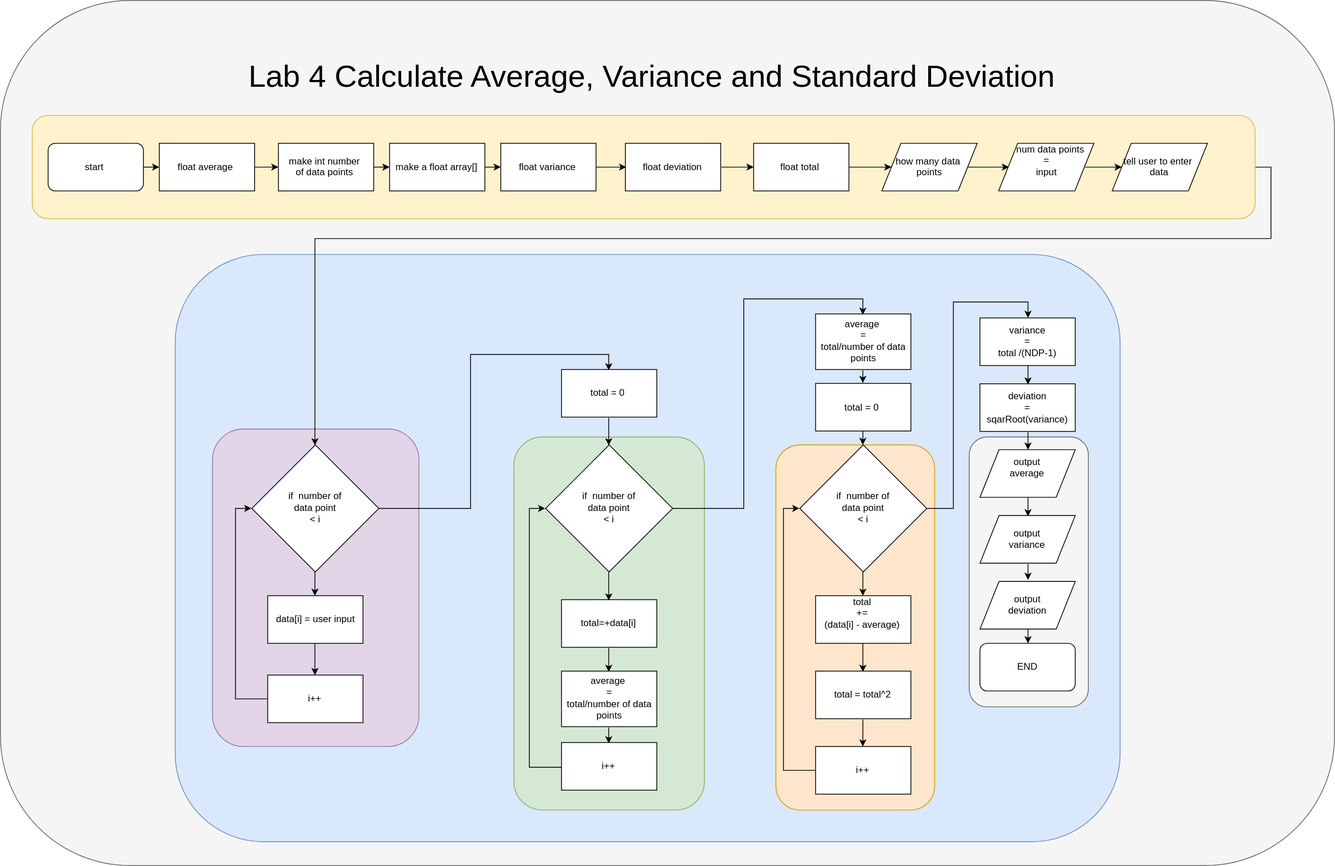
Earlier version of the draw.io export lab4 flow chart.svg (JavaMan7/APSC-177-Lab4-). Source tidied: cells renumbered, new cells last; positions are measured from the earlier drawing's top-left corner, leaving out a move shared by most shapes.
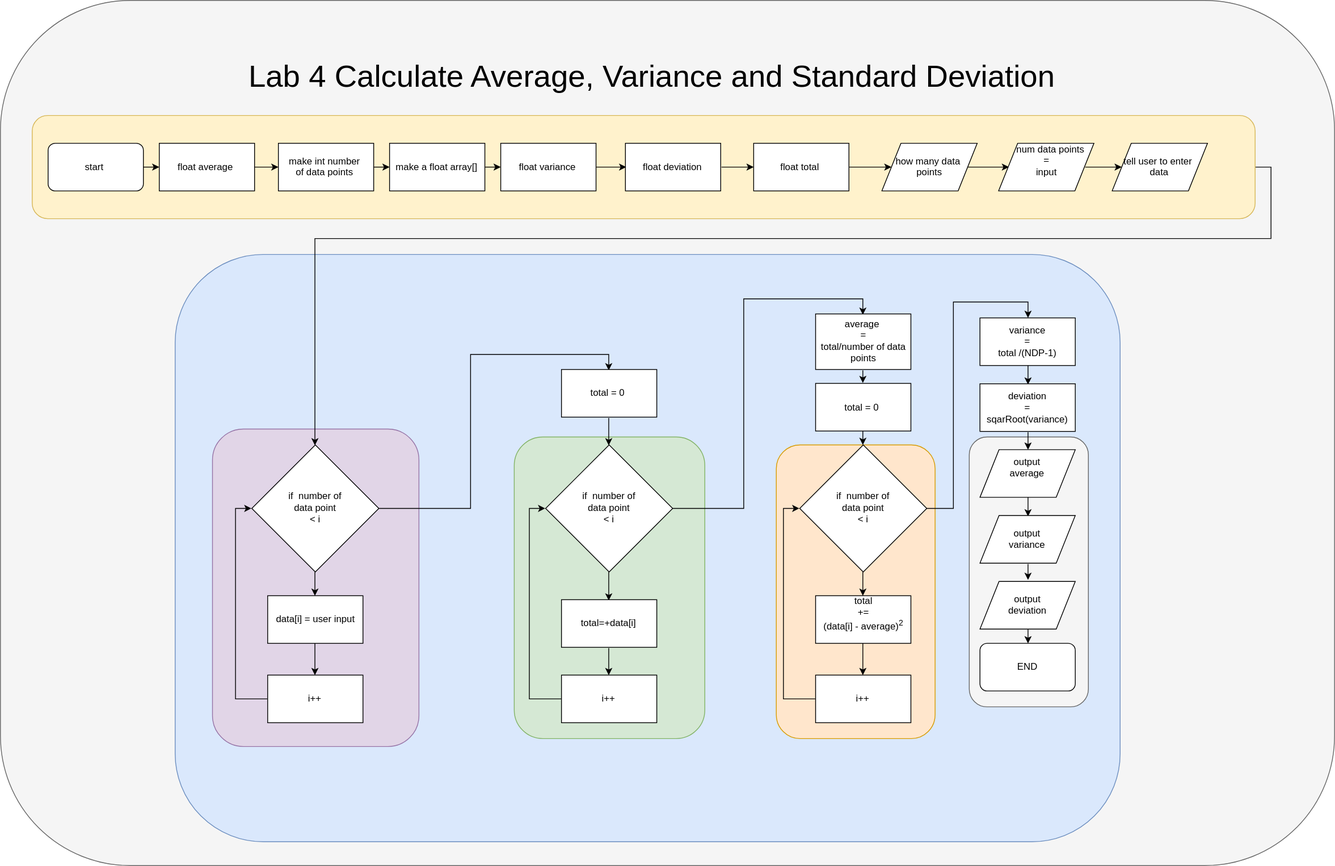
After the commit.

What changed in the source:
```diff
@@ -15,7 +15,7 @@
       <mxGeometry x="1220" y="550" width="150" height="340" as="geometry" />
     </mxCell>
     <mxCell id="6" style="rounded=1;whiteSpace=wrap;html=1;fillColor=#ffe6cc;strokeColor=#d79b00;" parent="1" vertex="1">
-      <mxGeometry x="976.5" y="560" width="200" height="460" as="geometry" />
+      <mxGeometry x="977" y="560" width="200" height="370" as="geometry" />
     </mxCell>
     <mxCell id="7" style="edgeStyle=orthogonalEdgeStyle;rounded=0;jettySize=auto;html=1;exitX=1;exitY=0.5;exitDx=0;exitDy=0;" parent="1" edge="1" source="8" target="15">
       <mxGeometry relative="1" as="geometry">
@@ -30,7 +30,7 @@
       <mxGeometry x="40" y="145" width="1540" height="130" as="geometry" />
     </mxCell>
     <mxCell id="9" style="rounded=1;whiteSpace=wrap;html=1;fillColor=#d5e8d4;strokeColor=#82b366;" parent="1" vertex="1">
-      <mxGeometry x="646.5" y="550" width="240" height="470" as="geometry" />
+      <mxGeometry x="647" y="550" width="240" height="380" as="geometry" />
     </mxCell>
     <mxCell id="10" style="edgeStyle=orthogonalEdgeStyle;rounded=0;jettySize=auto;html=1;exitX=1;exitY=0.5;exitDx=0;exitDy=0;entryX=0;entryY=0.5;entryDx=0;entryDy=0;" parent="1" edge="1" source="11" target="36">
       <mxGeometry relative="1" as="geometry" />
@@ -89,23 +89,17 @@
     <mxCell id="28" value="&lt;br&gt;if&amp;nbsp; number of &lt;br&gt;data point&lt;br&gt;&amp;nbsp;&amp;lt; i&amp;nbsp;&lt;br&gt;&lt;br&gt;" style="rhombus;whiteSpace=wrap;html=1;" parent="1" vertex="1">
       <mxGeometry x="686.5" y="560" width="160" height="160" as="geometry" />
     </mxCell>
-    <mxCell id="29" style="edgeStyle=orthogonalEdgeStyle;rounded=0;jettySize=auto;html=1;exitX=0.5;exitY=1;exitDx=0;exitDy=0;entryX=0.5;entryY=0;entryDx=0;entryDy=0;" parent="1" edge="1" source="30" target="32">
-      <mxGeometry relative="1" as="geometry" />
-    </mxCell>
+    <mxCell id="72" style="edgeStyle=orthogonalEdgeStyle;rounded=0;jettySize=auto;html=1;exitX=0.5;exitY=1;exitDx=0;exitDy=0;" parent="1" edge="1" source="30" target="34">
+      <mxGeometry relative="1" as="geometry" />
+    </mxCell>
     <mxCell id="30" value="total=+data[i]" style="rounded=0;whiteSpace=wrap;html=1;" parent="1" vertex="1">
       <mxGeometry x="706.5" y="755" width="120" height="60" as="geometry" />
     </mxCell>
-    <mxCell id="31" style="edgeStyle=orthogonalEdgeStyle;rounded=0;jettySize=auto;html=1;exitX=0.5;exitY=1;exitDx=0;exitDy=0;entryX=0.5;entryY=0;entryDx=0;entryDy=0;" parent="1" edge="1" source="32" target="34">
-      <mxGeometry relative="1" as="geometry" />
-    </mxCell>
-    <mxCell id="32" value="average&amp;nbsp;&lt;br&gt;=&lt;br&gt;total/number of data&lt;br&gt;points&lt;br&gt;" style="rounded=0;whiteSpace=wrap;html=1;" parent="1" vertex="1">
-      <mxGeometry x="706.5" y="845" width="120" height="70" as="geometry" />
-    </mxCell>
     <mxCell id="33" style="edgeStyle=orthogonalEdgeStyle;rounded=0;jettySize=auto;html=1;exitX=0;exitY=0.5;exitDx=0;exitDy=0;entryX=0;entryY=0.5;entryDx=0;entryDy=0;" parent="1" edge="1" source="34" target="28">
       <mxGeometry relative="1" as="geometry" />
     </mxCell>
     <mxCell id="34" value="i++" style="rounded=0;whiteSpace=wrap;html=1;" parent="1" vertex="1">
-      <mxGeometry x="706.5" y="935" width="120" height="60" as="geometry" />
+      <mxGeometry x="706.5" y="850" width="120" height="60" as="geometry" />
     </mxCell>
     <mxCell id="35" style="edgeStyle=orthogonalEdgeStyle;rounded=0;jettySize=auto;html=1;exitX=1;exitY=0.5;exitDx=0;exitDy=0;entryX=0;entryY=0.5;entryDx=0;entryDy=0;" parent="1" edge="1" source="36" target="21">
       <mxGeometry relative="1" as="geometry" />
@@ -122,10 +116,10 @@
     <mxCell id="39" value="&lt;br&gt;if&amp;nbsp; number of &lt;br&gt;data point&lt;br&gt;&amp;nbsp;&amp;lt; i&amp;nbsp;&lt;br&gt;&lt;br&gt;" style="rhombus;whiteSpace=wrap;html=1;" parent="1" vertex="1">
       <mxGeometry x="1006.5" y="560" width="160" height="160" as="geometry" />
     </mxCell>
-    <mxCell id="40" style="edgeStyle=orthogonalEdgeStyle;rounded=0;jettySize=auto;html=1;exitX=0.5;exitY=1;exitDx=0;exitDy=0;entryX=0.5;entryY=0;entryDx=0;entryDy=0;" parent="1" edge="1" source="41" target="49">
-      <mxGeometry relative="1" as="geometry" />
-    </mxCell>
+    <mxCell id="73" style="edgeStyle=orthogonalEdgeStyle;rounded=0;jettySize=auto;html=1;entryX=0.5;entryY=0;entryDx=0;entryDy=0;" parent="1" edge="1" source="41" target="61">
+      <mxGeometry relative="1" as="geometry" />
+    </mxCell>
-    <mxCell id="41" value="total&lt;br&gt;+=&lt;br&gt;(data[i] - average)&lt;br&gt;&lt;br&gt;" style="rounded=0;whiteSpace=wrap;html=1;" parent="1" vertex="1">
+    <mxCell id="41" value="total&lt;br&gt;+=&lt;br&gt;(data[i] - average)&lt;sup&gt;2&lt;/sup&gt;&lt;br&gt;&lt;br&gt;" style="rounded=0;whiteSpace=wrap;html=1;" parent="1" vertex="1">
       <mxGeometry x="1026.5" y="750" width="120" height="60" as="geometry" />
     </mxCell>
     <mxCell id="42" style="edgeStyle=orthogonalEdgeStyle;rounded=0;jettySize=auto;html=1;exitX=1;exitY=0.5;exitDx=0;exitDy=0;entryX=0;entryY=0.5;entryDx=0;entryDy=0;" parent="1" edge="1" source="43" target="12">
@@ -146,12 +140,6 @@
     <mxCell id="47" value="float&amp;nbsp;&lt;span&gt;deviation&lt;/span&gt;" style="rounded=0;whiteSpace=wrap;html=1;" parent="1" vertex="1">
       <mxGeometry x="787" y="180" width="120" height="60" as="geometry" />
     </mxCell>
-    <mxCell id="48" style="edgeStyle=orthogonalEdgeStyle;rounded=0;jettySize=auto;html=1;exitX=0.5;exitY=1;exitDx=0;exitDy=0;" parent="1" edge="1" source="49" target="61">
-      <mxGeometry relative="1" as="geometry" />
-    </mxCell>
-    <mxCell id="49" value="total = total^2" style="rounded=0;whiteSpace=wrap;html=1;" parent="1" vertex="1">
-      <mxGeometry x="1026.5" y="845" width="120" height="60" as="geometry" />
-    </mxCell>
     <mxCell id="50" style="edgeStyle=orthogonalEdgeStyle;rounded=0;jettySize=auto;html=1;exitX=0.5;exitY=1;exitDx=0;exitDy=0;entryX=0.5;entryY=0;entryDx=0;entryDy=0;" parent="1" edge="1" source="51" target="63">
       <mxGeometry relative="1" as="geometry" />
     </mxCell>
@@ -186,7 +174,7 @@
       <mxGeometry relative="1" as="geometry" />
     </mxCell>
     <mxCell id="61" value="i++" style="rounded=0;whiteSpace=wrap;html=1;" parent="1" vertex="1">
-      <mxGeometry x="1026.5" y="940" width="120" height="60" as="geometry" />
+      <mxGeometry x="1026.5" y="850" width="120" height="60" as="geometry" />
     </mxCell>
     <mxCell id="62" style="edgeStyle=orthogonalEdgeStyle;rounded=0;jettySize=auto;html=1;exitX=0.5;exitY=1;exitDx=0;exitDy=0;entryX=0.5;entryY=0;entryDx=0;entryDy=0;" parent="1" edge="1" source="63" target="65">
       <mxGeometry relative="1" as="geometry" />
```
